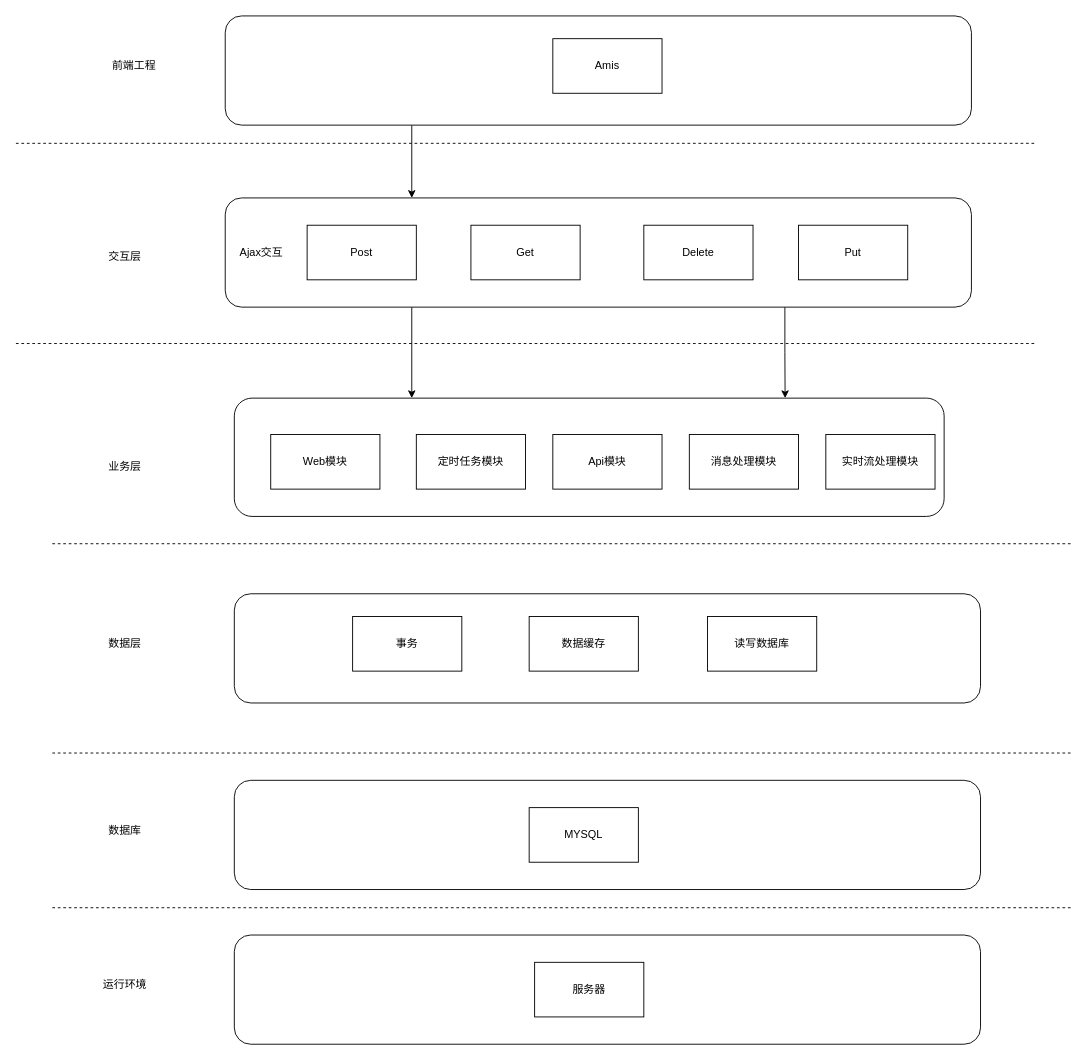
Above: 未命名绘图.drawio in Crazypointer/Picture (draw.io), before the change. Source tidied: cells renumbered, new cells numbered last; positions are measured from the earlier drawing's top-left corner, leaving out a move shared by most shapes. Both pictures are drawn from the tidied source at 91%, with x=0, y=0 at pixel (15, 15).
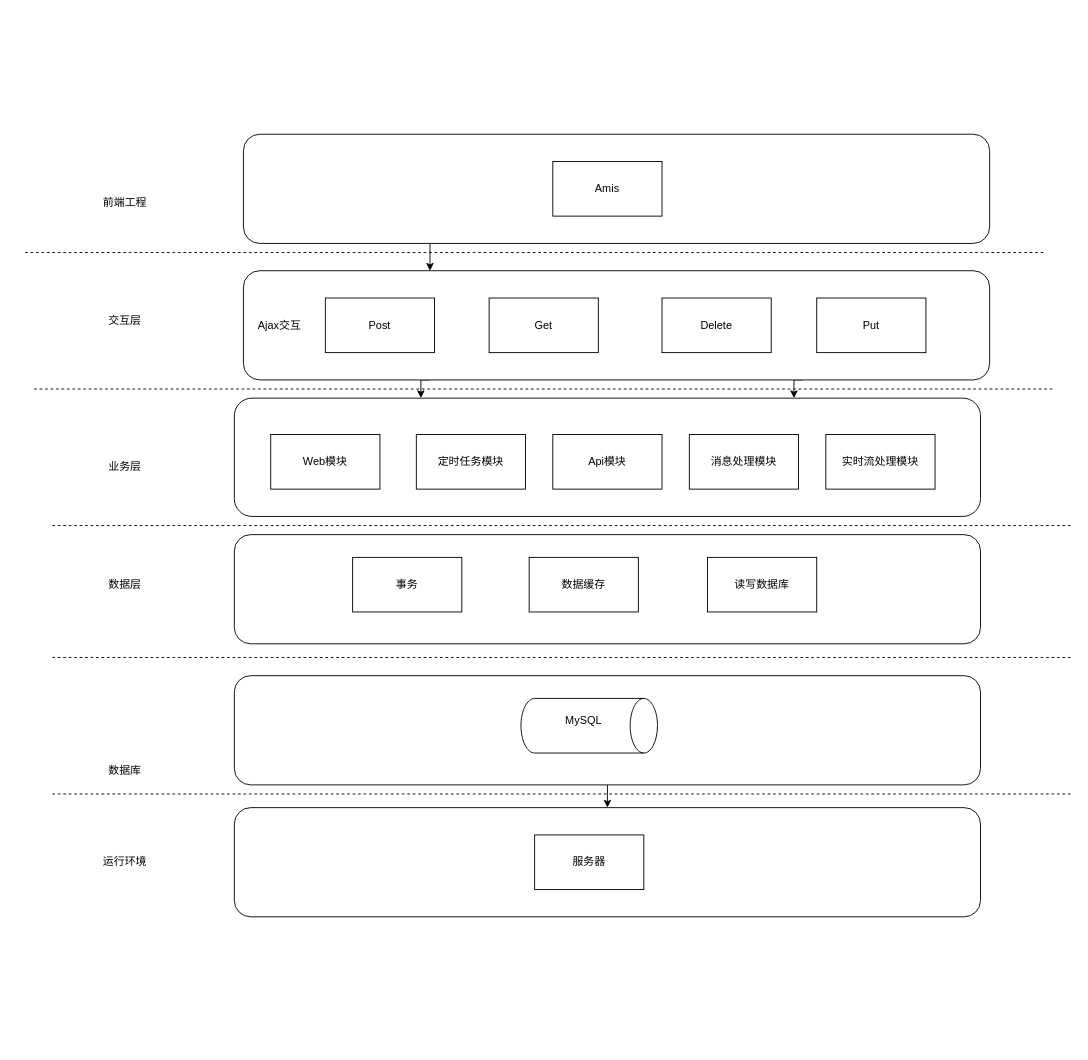
After the change.

Commit message (it also covers changes not shown here):
更新未命名绘图.drawio

Change to the diagram source:
```diff
@@
-    <mxCell id="2" style="rounded=0;whiteSpace=wrap;html=1;" parent="1" vertex="1">
-      <mxGeometry x="290" y="40" width="110" height="40" as="geometry" />
-    </mxCell>
@@
     <mxCell id="4" style="rounded=1;whiteSpace=wrap;html=1;" parent="1" vertex="1">
-      <mxGeometry x="230" width="820" height="120" as="geometry" />
+      <mxGeometry x="250" y="130" width="820" height="120" as="geometry" />
     </mxCell>
     <mxCell id="5" value="Amis" style="rounded=0;whiteSpace=wrap;html=1;" parent="1" vertex="1">
-      <mxGeometry x="590" y="25" width="120" height="60" as="geometry" />
+      <mxGeometry x="590" y="160" width="120" height="60" as="geometry" />
     </mxCell>
     <mxCell id="6" style="rounded=0;whiteSpace=wrap;html=1;" parent="1" vertex="1">
-      <mxGeometry x="290" y="240" width="110" height="40" as="geometry" />
+      <mxGeometry x="310" y="320" width="110" height="40" as="geometry" />
     </mxCell>
@@
-    <mxCell id="8" style="edgeStyle=orthogonalEdgeStyle;rounded=0;jettySize=auto;html=1;exitX=0.75;exitY=1;exitDx=0;exitDy=0;entryX=0.776;entryY=0;entryDx=0;entryDy=0;entryPerimeter=0;" parent="1" edge="1" source="9" target="13">
+    <mxCell id="8" style="edgeStyle=orthogonalEdgeStyle;rounded=0;jettySize=auto;html=1;exitX=0.75;exitY=1;exitDx=0;exitDy=0;entryX=0.75;entryY=0;entryDx=0;entryDy=0;" parent="1" edge="1" source="9" target="13">
       <mxGeometry relative="1" as="geometry" />
     </mxCell>
     <mxCell id="9" style="rounded=1;whiteSpace=wrap;html=1;" parent="1" vertex="1">
-      <mxGeometry x="230" y="200" width="820" height="120" as="geometry" />
+      <mxGeometry x="250" y="280" width="820" height="120" as="geometry" />
     </mxCell>
     <mxCell id="10" value="Post" style="rounded=0;whiteSpace=wrap;html=1;" parent="1" vertex="1">
-      <mxGeometry x="320" y="230" width="120" height="60" as="geometry" />
+      <mxGeometry x="340" y="310" width="120" height="60" as="geometry" />
     </mxCell>
     <mxCell id="11" value="Get" style="rounded=0;whiteSpace=wrap;html=1;" parent="1" vertex="1">
-      <mxGeometry x="500" y="230" width="120" height="60" as="geometry" />
+      <mxGeometry x="520" y="310" width="120" height="60" as="geometry" />
     </mxCell>
@@
     <mxCell id="13" style="rounded=1;whiteSpace=wrap;html=1;" parent="1" vertex="1">
-      <mxGeometry x="240" y="420" width="780" height="130" as="geometry" />
+      <mxGeometry x="240" y="420" width="820" height="130" as="geometry" />
     </mxCell>
@@
     <mxCell id="16" value="前端工程" style="text;strokeColor=none;align=center;fillColor=none;html=1;verticalAlign=middle;whiteSpace=wrap;rounded=0;" parent="1" vertex="1">
-      <mxGeometry x="40" y="30" width="180" height="50" as="geometry" />
+      <mxGeometry x="30" y="180" width="180" height="50" as="geometry" />
     </mxCell>
     <mxCell id="17" style="endArrow=none;dashed=1;html=1;rounded=0;" parent="1" edge="1">
       <mxGeometry relative="1" as="geometry">
-        <mxPoint y="140" as="sourcePoint" />
-        <mxPoint x="1120" y="140" as="targetPoint" />
+        <mxPoint x="10" y="260" as="sourcePoint" />
+        <mxPoint x="1130" y="260" as="targetPoint" />
         <Array as="points">
-          <mxPoint x="590" y="140" />
+          <mxPoint x="600" y="260" />
         </Array>
       </mxGeometry>
     </mxCell>
     <mxCell id="18" value="交互层" style="text;strokeColor=none;align=center;fillColor=none;html=1;verticalAlign=middle;whiteSpace=wrap;rounded=0;" parent="1" vertex="1">
-      <mxGeometry x="30" y="240" width="180" height="50" as="geometry" />
+      <mxGeometry x="30" y="310" width="180" height="50" as="geometry" />
     </mxCell>
@@
     <mxCell id="20" value="数据层" style="text;strokeColor=none;align=center;fillColor=none;html=1;verticalAlign=middle;whiteSpace=wrap;rounded=0;" parent="1" vertex="1">
-      <mxGeometry x="30" y="665" width="180" height="50" as="geometry" />
+      <mxGeometry x="30" y="600" width="180" height="50" as="geometry" />
     </mxCell>
     <mxCell id="21" style="rounded=0;whiteSpace=wrap;html=1;" parent="1" vertex="1">
-      <mxGeometry x="300" y="675" width="110" height="40" as="geometry" />
+      <mxGeometry x="300" y="610" width="110" height="40" as="geometry" />
     </mxCell>
     <mxCell id="22" style="rounded=1;whiteSpace=wrap;html=1;" parent="1" vertex="1">
-      <mxGeometry x="240" y="635" width="820" height="120" as="geometry" />
+      <mxGeometry x="240" y="570" width="820" height="120" as="geometry" />
     </mxCell>
     <mxCell id="23" value="事务" style="rounded=0;whiteSpace=wrap;html=1;" parent="1" vertex="1">
-      <mxGeometry x="370" y="660" width="120" height="60" as="geometry" />
+      <mxGeometry x="370" y="595" width="120" height="60" as="geometry" />
     </mxCell>
     <mxCell id="24" value="数据缓存" style="rounded=0;whiteSpace=wrap;html=1;" parent="1" vertex="1">
-      <mxGeometry x="564" y="660" width="120" height="60" as="geometry" />
+      <mxGeometry x="564" y="595" width="120" height="60" as="geometry" />
     </mxCell>
-    <mxCell id="25" style="rounded=0;whiteSpace=wrap;html=1;" parent="1" vertex="1">
-      <mxGeometry x="300" y="880" width="110" height="40" as="geometry" />
-    </mxCell>
+    <mxCell id="44" style="edgeStyle=orthogonalEdgeStyle;rounded=0;jettySize=auto;html=1;exitX=0.5;exitY=1;exitDx=0;exitDy=0;entryX=0.5;entryY=0;entryDx=0;entryDy=0;" parent="1" edge="1" source="26" target="30">
+      <mxGeometry relative="1" as="geometry" />
+    </mxCell>
     <mxCell id="26" style="rounded=1;whiteSpace=wrap;html=1;" parent="1" vertex="1">
-      <mxGeometry x="240" y="840" width="820" height="120" as="geometry" />
+      <mxGeometry x="240" y="725" width="820" height="120" as="geometry" />
     </mxCell>
-    <mxCell id="27" value="MYSQL" style="rounded=0;whiteSpace=wrap;html=1;" parent="1" vertex="1">
-      <mxGeometry x="564" y="870" width="120" height="60" as="geometry" />
-    </mxCell>
     <mxCell id="28" value="数据库" style="text;strokeColor=none;align=center;fillColor=none;html=1;verticalAlign=middle;whiteSpace=wrap;rounded=0;" parent="1" vertex="1">
-      <mxGeometry x="30" y="870" width="180" height="50" as="geometry" />
+      <mxGeometry x="30" y="805" width="180" height="50" as="geometry" />
     </mxCell>
-    <mxCell id="29" style="rounded=0;whiteSpace=wrap;html=1;" parent="1" vertex="1">
-      <mxGeometry x="295" y="1060" width="110" height="40" as="geometry" />
-    </mxCell>
     <mxCell id="30" style="rounded=1;whiteSpace=wrap;html=1;" parent="1" vertex="1">
-      <mxGeometry x="240" y="1010" width="820" height="120" as="geometry" />
+      <mxGeometry x="240" y="870" width="820" height="120" as="geometry" />
     </mxCell>
     <mxCell id="31" value="服务器" style="rounded=0;whiteSpace=wrap;html=1;" parent="1" vertex="1">
-      <mxGeometry x="570" y="1040" width="120" height="60" as="geometry" />
+      <mxGeometry x="570" y="900" width="120" height="60" as="geometry" />
     </mxCell>
     <mxCell id="32" value="运行环境" style="text;strokeColor=none;align=center;fillColor=none;html=1;verticalAlign=middle;whiteSpace=wrap;rounded=0;" parent="1" vertex="1">
-      <mxGeometry x="30" y="1040" width="180" height="50" as="geometry" />
+      <mxGeometry x="30" y="905" width="180" height="50" as="geometry" />
     </mxCell>
     <mxCell id="33" style="endArrow=none;dashed=1;html=1;rounded=0;" parent="1" edge="1">
       <mxGeometry relative="1" as="geometry">
-        <mxPoint y="360" as="sourcePoint" />
-        <mxPoint x="1120" y="360" as="targetPoint" />
+        <mxPoint x="20" y="410" as="sourcePoint" />
+        <mxPoint x="1140" y="410" as="targetPoint" />
         <Array as="points">
-          <mxPoint x="590" y="360" />
+          <mxPoint x="610" y="410" />
         </Array>
       </mxGeometry>
     </mxCell>
     <mxCell id="34" style="endArrow=none;dashed=1;html=1;rounded=0;" parent="1" edge="1">
       <mxGeometry relative="1" as="geometry">
-        <mxPoint x="40" y="580" as="sourcePoint" />
-        <mxPoint x="1160" y="580" as="targetPoint" />
+        <mxPoint x="40" y="560" as="sourcePoint" />
+        <mxPoint x="1160" y="560" as="targetPoint" />
         <Array as="points">
-          <mxPoint x="630" y="580" />
+          <mxPoint x="630" y="560" />
         </Array>
       </mxGeometry>
     </mxCell>
     <mxCell id="35" style="endArrow=none;dashed=1;html=1;rounded=0;" parent="1" edge="1">
       <mxGeometry relative="1" as="geometry">
-        <mxPoint x="40" y="810" as="sourcePoint" />
-        <mxPoint x="1160" y="810" as="targetPoint" />
+        <mxPoint x="40" y="705" as="sourcePoint" />
+        <mxPoint x="1160" y="705" as="targetPoint" />
         <Array as="points">
-          <mxPoint x="630" y="810" />
+          <mxPoint x="630" y="705" />
         </Array>
       </mxGeometry>
     </mxCell>
     <mxCell id="36" style="endArrow=none;dashed=1;html=1;rounded=0;" parent="1" edge="1">
       <mxGeometry relative="1" as="geometry">
-        <mxPoint x="40" y="980" as="sourcePoint" />
-        <mxPoint x="1160" y="980" as="targetPoint" />
+        <mxPoint x="40" y="855" as="sourcePoint" />
+        <mxPoint x="1160" y="855" as="targetPoint" />
         <Array as="points">
-          <mxPoint x="630" y="980" />
+          <mxPoint x="630" y="855" />
         </Array>
       </mxGeometry>
     </mxCell>
     <mxCell id="37" value="Delete" style="rounded=0;whiteSpace=wrap;html=1;" parent="1" vertex="1">
-      <mxGeometry x="690" y="230" width="120" height="60" as="geometry" />
+      <mxGeometry x="710" y="310" width="120" height="60" as="geometry" />
     </mxCell>
     <mxCell id="38" value="Put" style="rounded=0;whiteSpace=wrap;html=1;" parent="1" vertex="1">
-      <mxGeometry x="860" y="230" width="120" height="60" as="geometry" />
+      <mxGeometry x="880" y="310" width="120" height="60" as="geometry" />
     </mxCell>
@@
     <mxCell id="42" value="Ajax交互" style="text;strokeColor=none;align=center;fillColor=none;html=1;verticalAlign=middle;whiteSpace=wrap;rounded=0;" parent="1" vertex="1">
-      <mxGeometry x="240" y="245" width="60" height="30" as="geometry" />
+      <mxGeometry x="260" y="325" width="60" height="30" as="geometry" />
     </mxCell>
     <mxCell id="43" value="读写数据库" style="rounded=0;whiteSpace=wrap;html=1;" parent="1" vertex="1">
-      <mxGeometry x="760" y="660" width="120" height="60" as="geometry" />
+      <mxGeometry x="760" y="595" width="120" height="60" as="geometry" />
     </mxCell>
+    <mxCell id="45" style="shape=cylinder3;whiteSpace=wrap;html=1;boundedLbl=1;backgroundOutline=1;size=15;rotation=90;" parent="1" vertex="1">
+      <mxGeometry x="600" y="705" width="60" height="150" as="geometry" />
+    </mxCell>
+    <mxCell id="46" value="MySQL" style="text;strokeColor=none;align=center;fillColor=none;html=1;verticalAlign=middle;whiteSpace=wrap;rounded=0;" parent="1" vertex="1">
+      <mxGeometry x="594" y="760" width="60" height="30" as="geometry" />
+    </mxCell>
```
